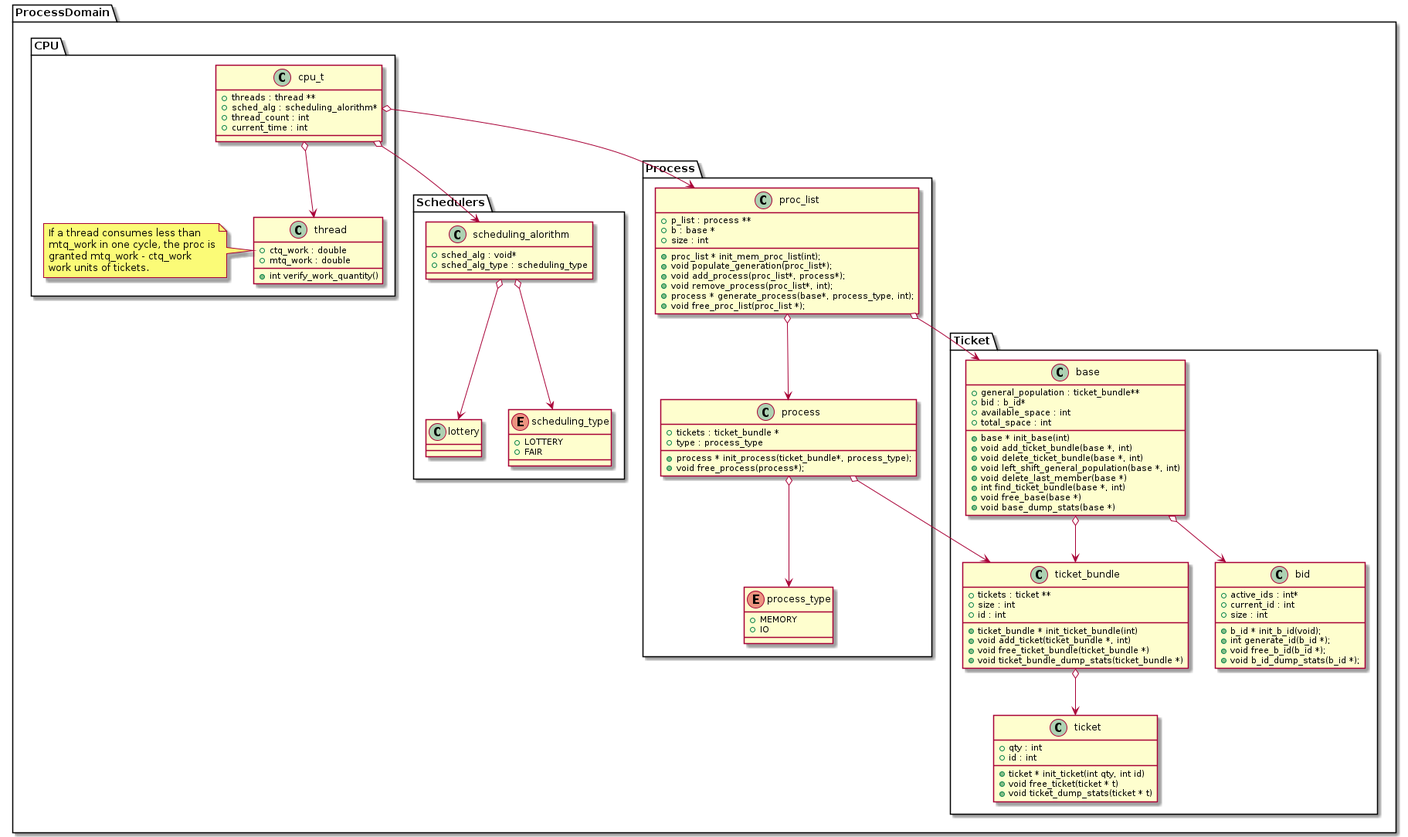
millipedes/Scheduling-Simulator keeps this PlantUML diagram as documentation/uml_figure.png. Above is the earlier version.
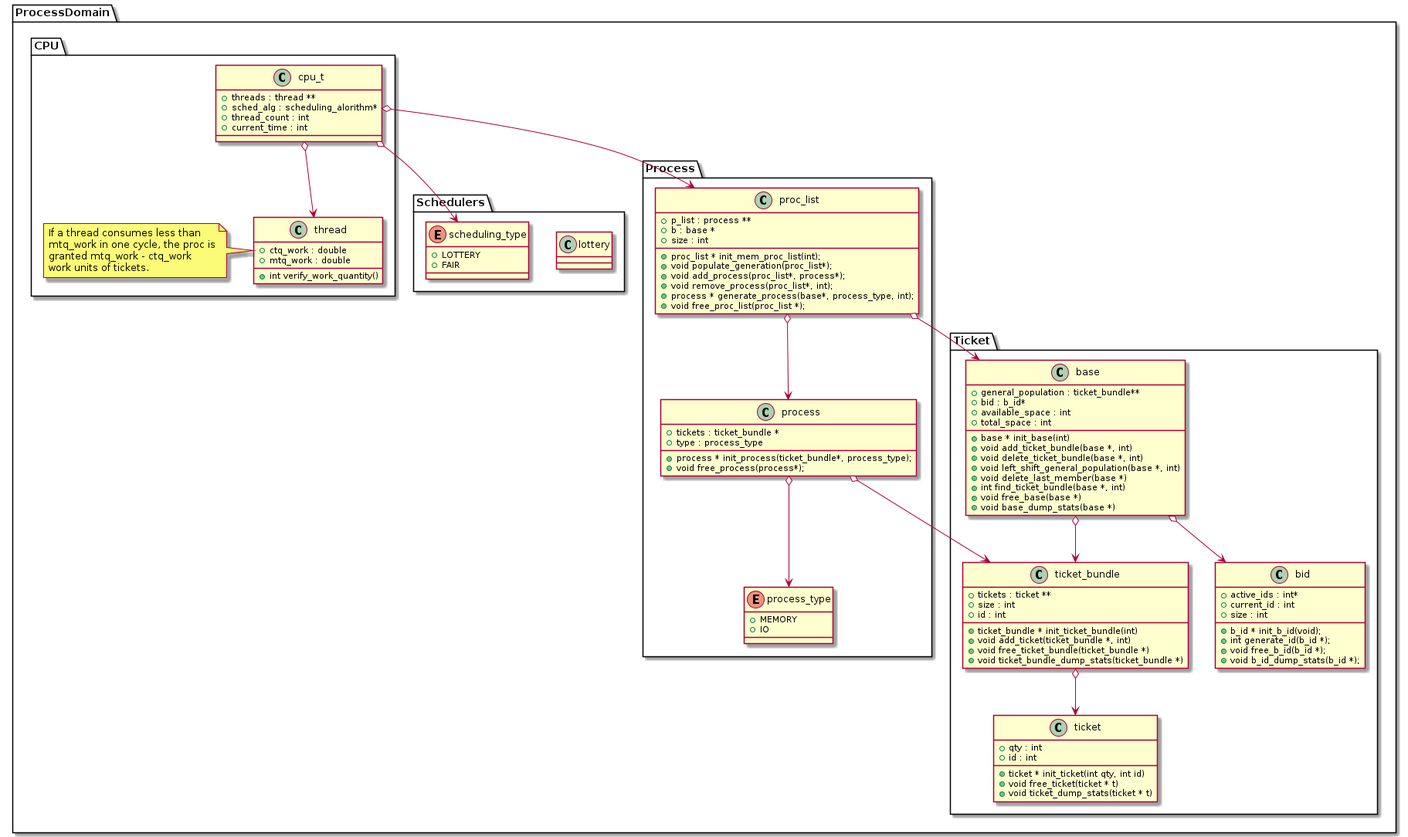
The same diagram one commit later.

What changed in the source:
```diff
@@ -2,11 +2,6 @@
 
 package ProcessDomain {
   package Schedulers {
-    class scheduling_alorithm {
-      {field} + sched_alg : void*
-      {field} + sched_alg_type : scheduling_type
-    }
-
     class lottery {
     }
 
@@ -103,16 +98,13 @@
   }
 }
 
-cpu_t  o--> thread
-cpu_t  o--> scheduling_alorithm
-cpu_t  o--> proc_list
+cpu_t o--> thread
+cpu_t o--> proc_list
+cpu_t o--> scheduling_type
 
 ticket_bundle o--> ticket
 base o--> ticket_bundle
 base o--> bid
-
-scheduling_alorithm o--> lottery
-scheduling_alorithm o--> scheduling_type
 
 proc_list o--> process
 proc_list o--> base
```
